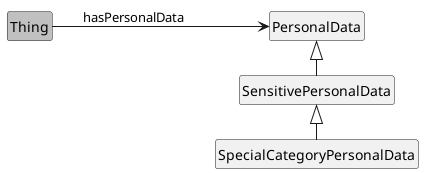
Before: media/overview_PD.png, a diagram exported from PlantUML (jeswr/dpv).
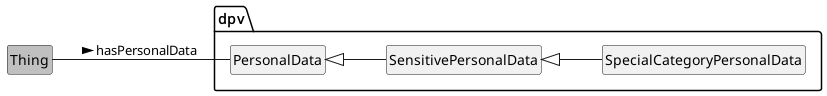
Above is the later version.

The edit, as a diff of the source:
```diff
@@ -3,12 +3,14 @@
 left to right direction
 
 class Thing #silver
-class PersonalData
-class SensitivePersonalData
-class SpecialCategoryPersonalData
+package dpv {
+	class PersonalData
+	class SpecialCategoryPersonalData
+	class SensitivePersonalData
+}
 
-Thing --> PersonalData : hasPersonalData
-PersonalData <|- SensitivePersonalData
-SensitivePersonalData <|- SpecialCategoryPersonalData
+Thing -- PersonalData : hasPersonalData >
+PersonalData <|-- SensitivePersonalData
+SensitivePersonalData <|-- SpecialCategoryPersonalData
 
 @enduml
```
